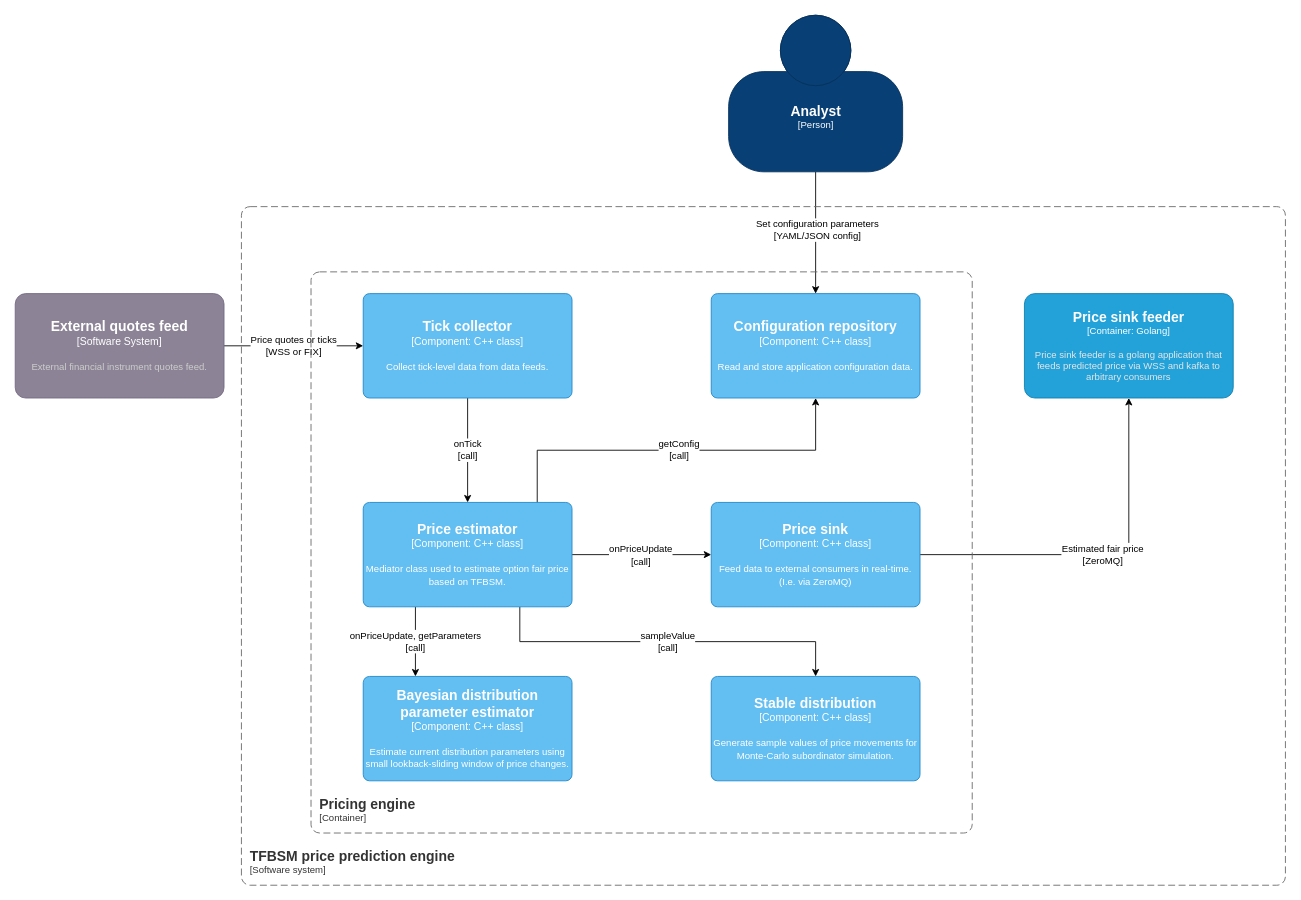
Above: docs/tfbsm-component-level-arch.drawio in tfbsm/pricing (draw.io), before the change. Source tidied: cells renumbered, new cells numbered last; positions are measured from the earlier drawing's top-left corner, leaving out a move shared by most shapes. Both pictures are drawn from the tidied source at 87%, with x=0, y=0 at pixel (15, 15).
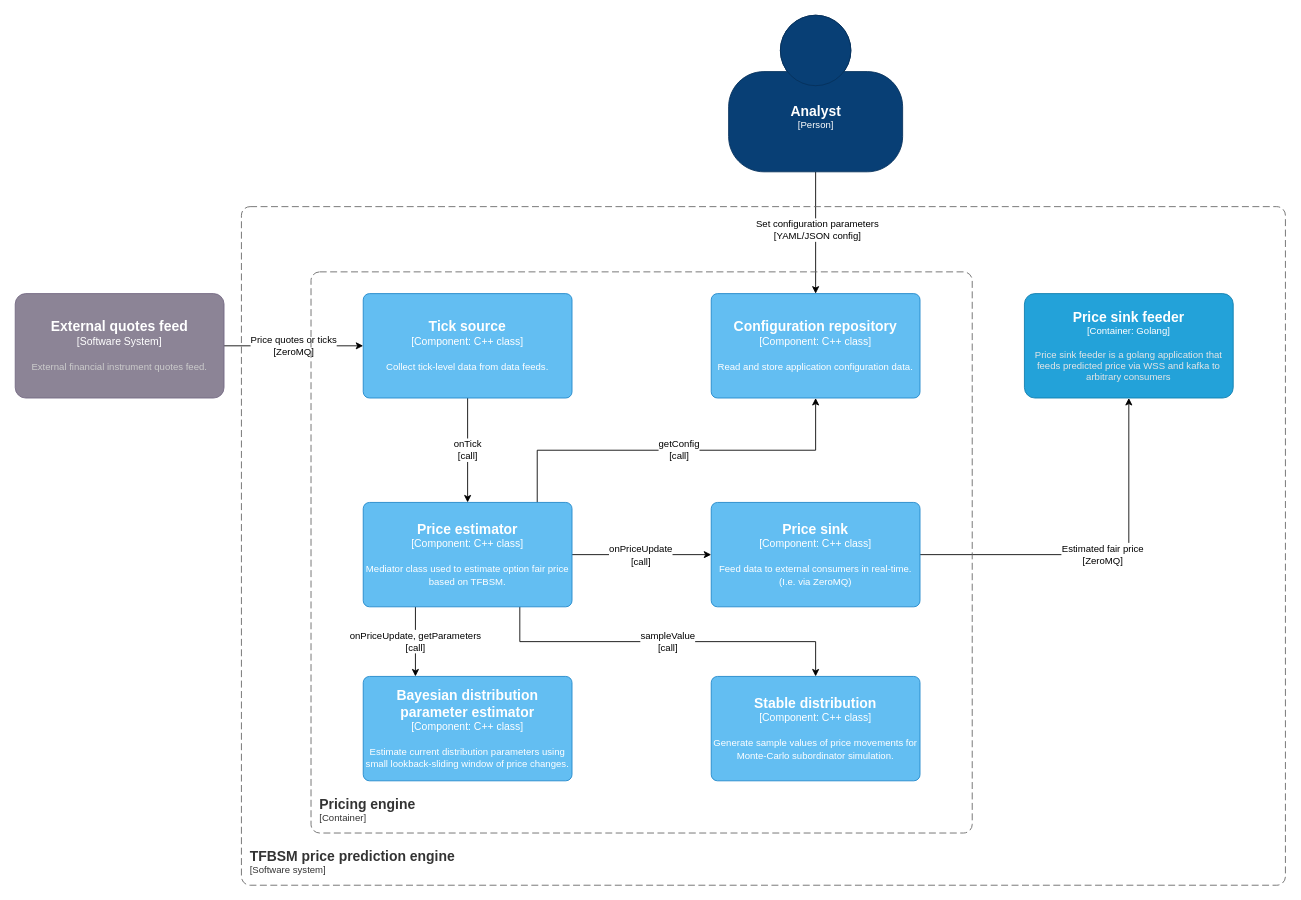
The same diagram, later.

The change refers to these unchanged cells:
```xml
<object id="6" label="&lt;font style=&quot;font-size: 16px&quot;&gt;&lt;b&gt;%c4Name%&lt;/b&gt;&lt;/font&gt;&lt;div&gt;[%c4Type%]&lt;/div&gt;&lt;br&gt;&lt;div&gt;&lt;font style=&quot;font-size: 11px&quot;&gt;&lt;font color=&quot;#cccccc&quot;&gt;%c4Description%&lt;/font&gt;&lt;/div&gt;" c4Description="External financial instrument quotes feed." c4Name="External quotes feed" c4Type="Software System" placeholders="1">
  <mxCell style="rounded=1;whiteSpace=wrap;html=1;labelBackgroundColor=none;fillColor=#8C8496;fontColor=#ffffff;align=center;arcSize=10;strokeColor=#736782;points=[[0.25,0,0],[0.5,0,0],[0.75,0,0],[1,0.25,0],[1,0.5,0],[1,0.75,0],[0.75,1,0],[0.5,1,0],[0.25,1,0],[0,0.75,0],[0,0.5,0],[0,0.25,0]];" parent="1" vertex="1">
    <mxGeometry y="320" width="240" height="120" as="geometry" />
  </mxCell>
</object>
```

Diff of the diagram source:
```diff
@@
-    <mxCell id="5" value="Price quotes or ticks&lt;br&gt;[WSS or FIX]" style="edgeStyle=orthogonalEdgeStyle;rounded=0;jettySize=auto;html=1;" parent="1" edge="1" source="6" target="12">
+    <mxCell id="5" value="Price quotes or ticks&lt;br&gt;[ZeroMQ]" style="edgeStyle=orthogonalEdgeStyle;rounded=0;jettySize=auto;html=1;" parent="1" edge="1" source="6" target="12">
       <mxGeometry relative="1" as="geometry" />
     </mxCell>
@@
-    <object id="12" label="&lt;font style=&quot;font-size: 16px&quot;&gt;&lt;b&gt;%c4Name%&lt;/b&gt;&lt;/font&gt;&lt;div&gt;[%c4Type%: %c4Technology%]&lt;/div&gt;&lt;br&gt;&lt;div&gt;&lt;font style=&quot;font-size: 11px&quot;&gt;%c4Description%&lt;/font&gt;&lt;/div&gt;" c4Description="Collect tick-level data from data feeds." c4Name="Tick collector" c4Technology="C++ class" c4Type="Component" placeholders="1">
+    <object id="12" label="&lt;font style=&quot;font-size: 16px&quot;&gt;&lt;b&gt;%c4Name%&lt;/b&gt;&lt;/font&gt;&lt;div&gt;[%c4Type%: %c4Technology%]&lt;/div&gt;&lt;br&gt;&lt;div&gt;&lt;font style=&quot;font-size: 11px&quot;&gt;%c4Description%&lt;/font&gt;&lt;/div&gt;" c4Description="Collect tick-level data from data feeds." c4Name="Tick source" c4Technology="C++ class" c4Type="Component" placeholders="1">
       <mxCell style="rounded=1;whiteSpace=wrap;html=1;labelBackgroundColor=none;fillColor=#63BEF2;fontColor=#ffffff;align=center;arcSize=6;strokeColor=#2086C9;points=[[0.25,0,0],[0.5,0,0],[0.75,0,0],[1,0.25,0],[1,0.5,0],[1,0.75,0],[0.75,1,0],[0.5,1,0],[0.25,1,0],[0,0.75,0],[0,0.5,0],[0,0.25,0]];" parent="1" vertex="1">
         <mxGeometry x="400" y="320" width="240" height="120" as="geometry" />
       </mxCell>
     </object>
```
